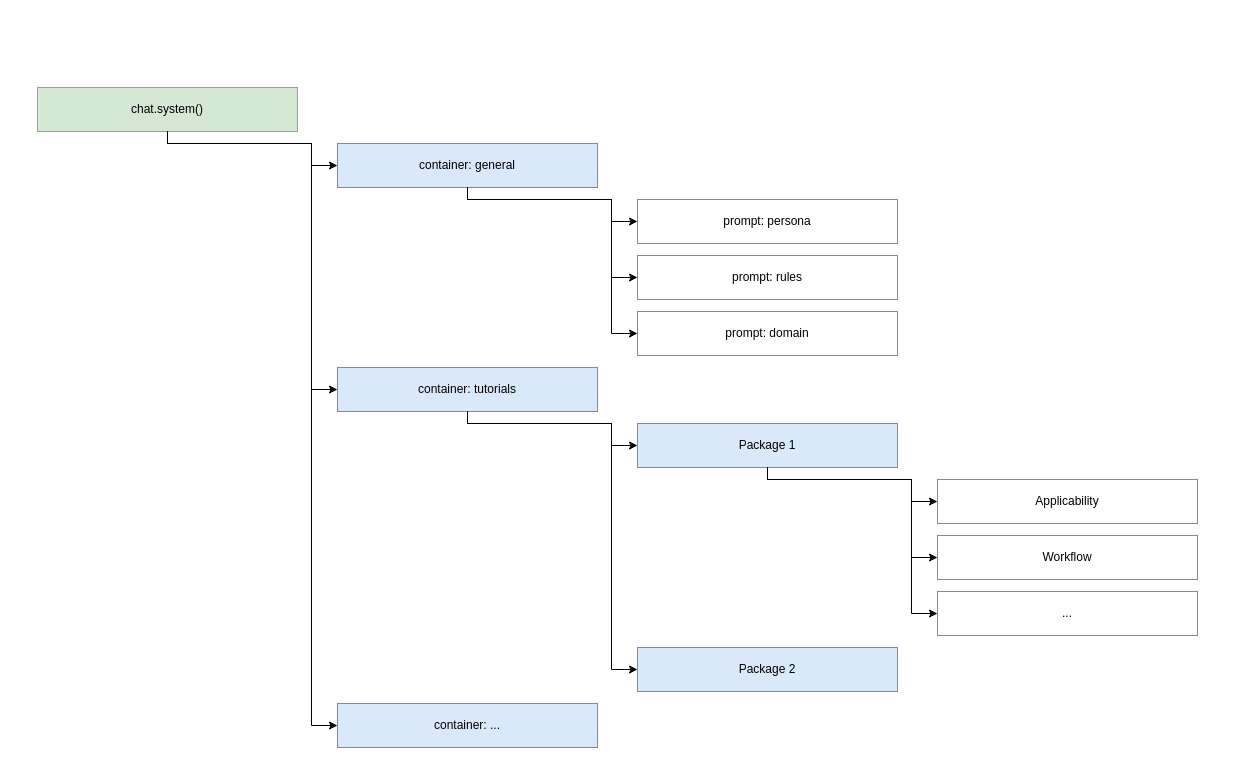
This is docs/assets/llm-chat-system-prompt-tree.drawio from johanneslatzel/llm-chat, a draw.io file, before an edit. Source tidied: cells renumbered, new cells numbered last; positions are measured from the earlier drawing's top-left corner, leaving out a move shared by most shapes. Both pictures are drawn from the tidied source at 100%, with x=0, y=0 at pixel (17, 67).
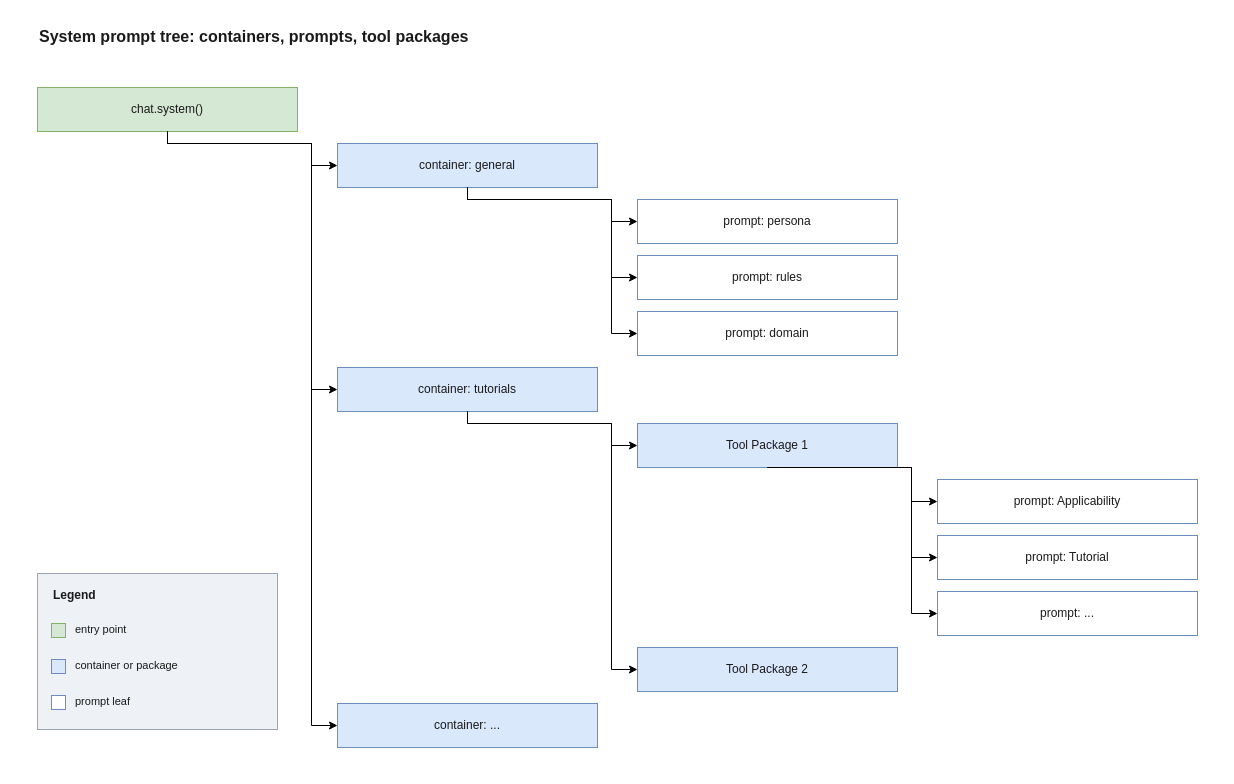
The same diagram, later.

What changed in the source:
```diff
@@
     <mxCell id="2" style="rounded=0;whiteSpace=wrap;html=1;fillColor=none;strokeColor=none;" parent="1" vertex="1">
-      <mxGeometry width="1200" height="700" as="geometry" />
+      <mxGeometry y="-50" width="1200" height="740" as="geometry" />
     </mxCell>
+    <mxCell id="26" value="System prompt tree: containers, prompts, tool packages" style="rounded=0;whiteSpace=wrap;html=1;align=left;verticalAlign=middle;fontSize=16;fontStyle=1;fontColor=#1a1a1a;fillColor=none;strokeColor=none;" parent="1" vertex="1">
+      <mxGeometry x="20" y="-46" width="900" height="30" as="geometry" />
+    </mxCell>
-    <mxCell id="3" value="chat.system()" style="rounded=0;whiteSpace=wrap;html=1;fillColor=#d5e8d4;strokeColor=#82b366;" parent="1" vertex="1">
+    <mxCell id="3" value="chat.system()" style="rounded=0;whiteSpace=wrap;html=1;fontColor=#1a1a1a;fillColor=#d5e8d4;strokeColor=#82b366;" parent="1" vertex="1">
       <mxGeometry x="20" y="20" width="260" height="44" as="geometry" />
     </mxCell>
-    <mxCell id="4" value="container: general" style="rounded=0;whiteSpace=wrap;html=1;fillColor=#dae8fc;strokeColor=#6c8ebf;" parent="1" vertex="1">
+    <mxCell id="4" value="container: general" style="rounded=0;whiteSpace=wrap;html=1;fontColor=#1a1a1a;fillColor=#dae8fc;strokeColor=#6c8ebf;" parent="1" vertex="1">
       <mxGeometry x="320" y="76" width="260" height="44" as="geometry" />
     </mxCell>
-    <mxCell id="5" value="container: tutorials" style="rounded=0;whiteSpace=wrap;html=1;fillColor=#dae8fc;strokeColor=#6c8ebf;" parent="1" vertex="1">
+    <mxCell id="5" value="container: tutorials" style="rounded=0;whiteSpace=wrap;html=1;fontColor=#1a1a1a;fillColor=#dae8fc;strokeColor=#6c8ebf;" parent="1" vertex="1">
       <mxGeometry x="320" y="300" width="260" height="44" as="geometry" />
     </mxCell>
-    <mxCell id="6" value="container: ..." style="rounded=0;whiteSpace=wrap;html=1;fillColor=#dae8fc;strokeColor=#6c8ebf;" parent="1" vertex="1">
+    <mxCell id="6" value="container: ..." style="rounded=0;whiteSpace=wrap;html=1;fontColor=#1a1a1a;fillColor=#dae8fc;strokeColor=#6c8ebf;" parent="1" vertex="1">
       <mxGeometry x="320" y="636" width="260" height="44" as="geometry" />
     </mxCell>
-    <mxCell id="7" value="prompt: persona" style="rounded=0;whiteSpace=wrap;html=1;fillColor=#ffffff;strokeColor=#6c8ebf;" parent="1" vertex="1">
+    <mxCell id="7" value="prompt: persona" style="rounded=0;whiteSpace=wrap;html=1;fontColor=#1a1a1a;fillColor=#ffffff;strokeColor=#6c8ebf;" parent="1" vertex="1">
       <mxGeometry x="620" y="132" width="260" height="44" as="geometry" />
     </mxCell>
-    <mxCell id="8" value="prompt: rules" style="rounded=0;whiteSpace=wrap;html=1;fillColor=#ffffff;strokeColor=#6c8ebf;" parent="1" vertex="1">
+    <mxCell id="8" value="prompt: rules" style="rounded=0;whiteSpace=wrap;html=1;fontColor=#1a1a1a;fillColor=#ffffff;strokeColor=#6c8ebf;" parent="1" vertex="1">
       <mxGeometry x="620" y="188" width="260" height="44" as="geometry" />
     </mxCell>
-    <mxCell id="9" value="prompt: domain" style="rounded=0;whiteSpace=wrap;html=1;fillColor=#ffffff;strokeColor=#6c8ebf;" parent="1" vertex="1">
+    <mxCell id="9" value="prompt: domain" style="rounded=0;whiteSpace=wrap;html=1;fontColor=#1a1a1a;fillColor=#ffffff;strokeColor=#6c8ebf;" parent="1" vertex="1">
       <mxGeometry x="620" y="244" width="260" height="44" as="geometry" />
     </mxCell>
-    <mxCell id="10" value="Package 1" style="rounded=0;whiteSpace=wrap;html=1;fillColor=#dae8fc;strokeColor=#6c8ebf;" parent="1" vertex="1">
+    <mxCell id="10" value="Tool Package 1" style="rounded=0;whiteSpace=wrap;html=1;fontColor=#1a1a1a;fillColor=#dae8fc;strokeColor=#6c8ebf;" parent="1" vertex="1">
       <mxGeometry x="620" y="356" width="260" height="44" as="geometry" />
     </mxCell>
-    <mxCell id="11" value="Package 2" style="rounded=0;whiteSpace=wrap;html=1;fillColor=#dae8fc;strokeColor=#6c8ebf;" parent="1" vertex="1">
+    <mxCell id="11" value="Tool Package 2" style="rounded=0;whiteSpace=wrap;html=1;fontColor=#1a1a1a;fillColor=#dae8fc;strokeColor=#6c8ebf;" parent="1" vertex="1">
       <mxGeometry x="620" y="580" width="260" height="44" as="geometry" />
     </mxCell>
-    <mxCell id="12" value="Applicability" style="rounded=0;whiteSpace=wrap;html=1;fillColor=#ffffff;strokeColor=#6c8ebf;" parent="1" vertex="1">
+    <mxCell id="12" value="prompt: Applicability" style="rounded=0;whiteSpace=wrap;html=1;fontColor=#1a1a1a;fillColor=#ffffff;strokeColor=#6c8ebf;" parent="1" vertex="1">
       <mxGeometry x="920" y="412" width="260" height="44" as="geometry" />
     </mxCell>
-    <mxCell id="13" value="Workflow" style="rounded=0;whiteSpace=wrap;html=1;fillColor=#ffffff;strokeColor=#6c8ebf;" parent="1" vertex="1">
+    <mxCell id="13" value="prompt: Tutorial" style="rounded=0;whiteSpace=wrap;html=1;fontColor=#1a1a1a;fillColor=#ffffff;strokeColor=#6c8ebf;" parent="1" vertex="1">
       <mxGeometry x="920" y="468" width="260" height="44" as="geometry" />
     </mxCell>
-    <mxCell id="14" value="..." style="rounded=0;whiteSpace=wrap;html=1;fillColor=#ffffff;strokeColor=#6c8ebf;" parent="1" vertex="1">
+    <mxCell id="14" value="prompt: ..." style="rounded=0;whiteSpace=wrap;html=1;fontColor=#1a1a1a;fillColor=#ffffff;strokeColor=#6c8ebf;" parent="1" vertex="1">
       <mxGeometry x="920" y="524" width="260" height="44" as="geometry" />
     </mxCell>
+    <mxCell id="27" value="Legend" style="rounded=0;whiteSpace=wrap;html=1;align=left;verticalAlign=top;spacingLeft=14;spacingTop=8;fontSize=12;fontStyle=1;fontColor=#1a1a1a;fillColor=#eef1f5;strokeColor=#9aa4b2;" parent="1" vertex="1">
+      <mxGeometry x="20" y="506" width="240" height="156" as="geometry" />
+    </mxCell>
+    <mxCell id="28" style="rounded=0;whiteSpace=wrap;html=1;fillColor=#d5e8d4;strokeColor=#82b366;" parent="1" vertex="1">
+      <mxGeometry x="34" y="556" width="14" height="14" as="geometry" />
+    </mxCell>
+    <mxCell id="29" value="entry point" style="rounded=0;whiteSpace=wrap;html=1;align=left;verticalAlign=middle;fontSize=11;fontColor=#1a1a1a;fillColor=none;strokeColor=none;" parent="1" vertex="1">
+      <mxGeometry x="56" y="548" width="190" height="28" as="geometry" />
+    </mxCell>
+    <mxCell id="30" style="rounded=0;whiteSpace=wrap;html=1;fillColor=#dae8fc;strokeColor=#6c8ebf;" parent="1" vertex="1">
+      <mxGeometry x="34" y="592" width="14" height="14" as="geometry" />
+    </mxCell>
+    <mxCell id="31" value="container or package" style="rounded=0;whiteSpace=wrap;html=1;align=left;verticalAlign=middle;fontSize=11;fontColor=#1a1a1a;fillColor=none;strokeColor=none;" parent="1" vertex="1">
+      <mxGeometry x="56" y="584" width="190" height="28" as="geometry" />
+    </mxCell>
+    <mxCell id="32" style="rounded=0;whiteSpace=wrap;html=1;fillColor=#ffffff;strokeColor=#6c8ebf;" parent="1" vertex="1">
+      <mxGeometry x="34" y="628" width="14" height="14" as="geometry" />
+    </mxCell>
+    <mxCell id="33" value="prompt leaf" style="rounded=0;whiteSpace=wrap;html=1;align=left;verticalAlign=middle;fontSize=11;fontColor=#1a1a1a;fillColor=none;strokeColor=none;" parent="1" vertex="1">
+      <mxGeometry x="56" y="620" width="190" height="28" as="geometry" />
+    </mxCell>
-    <mxCell id="15" style="edgeStyle=orthogonalEdgeStyle;rounded=0;html=1;endArrow=classic;exitX=0.5;exitY=1;exitDx=0;exitDy=0;entryX=0;entryY=0.5;entryDx=0;entryDy=0;" parent="1" edge="1" source="3" target="4">
+    <mxCell id="15" style="edgeStyle=orthogonalEdgeStyle;rounded=0;html=1;endArrow=classic;exitX=0.5;exitY=1;exitDx=0;exitDy=0;entryX=0;entryY=0.5;entryDx=0;entryDy=0;fontColor=#1a1a1a;" parent="1" edge="1" source="3" target="4">
       <mxGeometry relative="1" as="geometry">
         <Array as="points">
           <mxPoint x="150" y="76" />
           <mxPoint x="294" y="76" />
           <mxPoint x="294" y="98" />
         </Array>
       </mxGeometry>
     </mxCell>
-    <mxCell id="16" style="edgeStyle=orthogonalEdgeStyle;rounded=0;html=1;endArrow=classic;exitX=0.5;exitY=1;exitDx=0;exitDy=0;entryX=0;entryY=0.5;entryDx=0;entryDy=0;" parent="1" edge="1" source="3" target="5">
+    <mxCell id="16" style="edgeStyle=orthogonalEdgeStyle;rounded=0;html=1;endArrow=classic;exitX=0.5;exitY=1;exitDx=0;exitDy=0;entryX=0;entryY=0.5;entryDx=0;entryDy=0;fontColor=#1a1a1a;" parent="1" edge="1" source="3" target="5">
       <mxGeometry relative="1" as="geometry">
         <Array as="points">
           <mxPoint x="150" y="76" />
           <mxPoint x="294" y="76" />
           <mxPoint x="294" y="322" />
         </Array>
       </mxGeometry>
     </mxCell>
-    <mxCell id="17" style="edgeStyle=orthogonalEdgeStyle;rounded=0;html=1;endArrow=classic;exitX=0.5;exitY=1;exitDx=0;exitDy=0;entryX=0;entryY=0.5;entryDx=0;entryDy=0;" parent="1" edge="1" source="3" target="6">
+    <mxCell id="17" style="edgeStyle=orthogonalEdgeStyle;rounded=0;html=1;endArrow=classic;exitX=0.5;exitY=1;exitDx=0;exitDy=0;entryX=0;entryY=0.5;entryDx=0;entryDy=0;fontColor=#1a1a1a;" parent="1" edge="1" source="3" target="6">
       <mxGeometry relative="1" as="geometry">
         <Array as="points">
           <mxPoint x="150" y="76" />
           <mxPoint x="294" y="76" />
           <mxPoint x="294" y="658" />
         </Array>
       </mxGeometry>
     </mxCell>
-    <mxCell id="18" style="edgeStyle=orthogonalEdgeStyle;rounded=0;html=1;endArrow=classic;exitX=0.5;exitY=1;exitDx=0;exitDy=0;entryX=0;entryY=0.5;entryDx=0;entryDy=0;" parent="1" edge="1" source="4" target="7">
+    <mxCell id="18" style="edgeStyle=orthogonalEdgeStyle;rounded=0;html=1;endArrow=classic;exitX=0.5;exitY=1;exitDx=0;exitDy=0;entryX=0;entryY=0.5;entryDx=0;entryDy=0;fontColor=#1a1a1a;" parent="1" edge="1" source="4" target="7">
       <mxGeometry relative="1" as="geometry">
         <Array as="points">
           <mxPoint x="450" y="132" />
           <mxPoint x="594" y="132" />
           <mxPoint x="594" y="154" />
         </Array>
       </mxGeometry>
     </mxCell>
-    <mxCell id="19" style="edgeStyle=orthogonalEdgeStyle;rounded=0;html=1;endArrow=classic;exitX=0.5;exitY=1;exitDx=0;exitDy=0;entryX=0;entryY=0.5;entryDx=0;entryDy=0;" parent="1" edge="1" source="4" target="8">
+    <mxCell id="19" style="edgeStyle=orthogonalEdgeStyle;rounded=0;html=1;endArrow=classic;exitX=0.5;exitY=1;exitDx=0;exitDy=0;entryX=0;entryY=0.5;entryDx=0;entryDy=0;fontColor=#1a1a1a;" parent="1" edge="1" source="4" target="8">
       <mxGeometry relative="1" as="geometry">
         <Array as="points">
           <mxPoint x="450" y="132" />
           <mxPoint x="594" y="132" />
           <mxPoint x="594" y="210" />
         </Array>
       </mxGeometry>
     </mxCell>
-    <mxCell id="20" style="edgeStyle=orthogonalEdgeStyle;rounded=0;html=1;endArrow=classic;exitX=0.5;exitY=1;exitDx=0;exitDy=0;entryX=0;entryY=0.5;entryDx=0;entryDy=0;" parent="1" edge="1" source="4" target="9">
+    <mxCell id="20" style="edgeStyle=orthogonalEdgeStyle;rounded=0;html=1;endArrow=classic;exitX=0.5;exitY=1;exitDx=0;exitDy=0;entryX=0;entryY=0.5;entryDx=0;entryDy=0;fontColor=#1a1a1a;" parent="1" edge="1" source="4" target="9">
       <mxGeometry relative="1" as="geometry">
         <Array as="points">
           <mxPoint x="450" y="132" />
           <mxPoint x="594" y="132" />
           <mxPoint x="594" y="266" />
         </Array>
       </mxGeometry>
     </mxCell>
-    <mxCell id="21" style="edgeStyle=orthogonalEdgeStyle;rounded=0;html=1;endArrow=classic;exitX=0.5;exitY=1;exitDx=0;exitDy=0;entryX=0;entryY=0.5;entryDx=0;entryDy=0;" parent="1" edge="1" source="5" target="10">
+    <mxCell id="21" style="edgeStyle=orthogonalEdgeStyle;rounded=0;html=1;endArrow=classic;exitX=0.5;exitY=1;exitDx=0;exitDy=0;entryX=0;entryY=0.5;entryDx=0;entryDy=0;fontColor=#1a1a1a;" parent="1" edge="1" source="5" target="10">
       <mxGeometry relative="1" as="geometry">
         <Array as="points">
           <mxPoint x="450" y="356" />
           <mxPoint x="594" y="356" />
           <mxPoint x="594" y="378" />
         </Array>
       </mxGeometry>
     </mxCell>
-    <mxCell id="22" style="edgeStyle=orthogonalEdgeStyle;rounded=0;html=1;endArrow=classic;exitX=0.5;exitY=1;exitDx=0;exitDy=0;entryX=0;entryY=0.5;entryDx=0;entryDy=0;" parent="1" edge="1" source="5" target="11">
+    <mxCell id="22" style="edgeStyle=orthogonalEdgeStyle;rounded=0;html=1;endArrow=classic;exitX=0.5;exitY=1;exitDx=0;exitDy=0;entryX=0;entryY=0.5;entryDx=0;entryDy=0;fontColor=#1a1a1a;" parent="1" edge="1" source="5" target="11">
       <mxGeometry relative="1" as="geometry">
         <Array as="points">
           <mxPoint x="450" y="356" />
           <mxPoint x="594" y="356" />
           <mxPoint x="594" y="602" />
         </Array>
       </mxGeometry>
     </mxCell>
-    <mxCell id="23" style="edgeStyle=orthogonalEdgeStyle;rounded=0;html=1;endArrow=classic;exitX=0.5;exitY=1;exitDx=0;exitDy=0;entryX=0;entryY=0.5;entryDx=0;entryDy=0;" parent="1" edge="1" source="10" target="12">
+    <mxCell id="23" style="edgeStyle=orthogonalEdgeStyle;rounded=0;html=1;endArrow=classic;exitX=0.5;exitY=1;exitDx=0;exitDy=0;entryX=0;entryY=0.5;entryDx=0;entryDy=0;fontColor=#1a1a1a;" parent="1" edge="1" source="10" target="12">
       <mxGeometry relative="1" as="geometry">
         <Array as="points">
-          <mxPoint x="750" y="412" />
-          <mxPoint x="894" y="412" />
+          <mxPoint x="750" y="400" />
+          <mxPoint x="894" y="400" />
           <mxPoint x="894" y="434" />
         </Array>
       </mxGeometry>
     </mxCell>
-    <mxCell id="24" style="edgeStyle=orthogonalEdgeStyle;rounded=0;html=1;endArrow=classic;exitX=0.5;exitY=1;exitDx=0;exitDy=0;entryX=0;entryY=0.5;entryDx=0;entryDy=0;" parent="1" edge="1" source="10" target="13">
+    <mxCell id="24" style="edgeStyle=orthogonalEdgeStyle;rounded=0;html=1;endArrow=classic;exitX=0.5;exitY=1;exitDx=0;exitDy=0;entryX=0;entryY=0.5;entryDx=0;entryDy=0;fontColor=#1a1a1a;" parent="1" edge="1" source="10" target="13">
       <mxGeometry relative="1" as="geometry">
         <Array as="points">
-          <mxPoint x="750" y="412" />
-          <mxPoint x="894" y="412" />
+          <mxPoint x="750" y="400" />
+          <mxPoint x="894" y="400" />
           <mxPoint x="894" y="490" />
         </Array>
       </mxGeometry>
     </mxCell>
-    <mxCell id="25" style="edgeStyle=orthogonalEdgeStyle;rounded=0;html=1;endArrow=classic;exitX=0.5;exitY=1;exitDx=0;exitDy=0;entryX=0;entryY=0.5;entryDx=0;entryDy=0;" parent="1" edge="1" source="10" target="14">
+    <mxCell id="25" style="edgeStyle=orthogonalEdgeStyle;rounded=0;html=1;endArrow=classic;exitX=0.5;exitY=1;exitDx=0;exitDy=0;entryX=0;entryY=0.5;entryDx=0;entryDy=0;fontColor=#1a1a1a;" parent="1" edge="1" source="10" target="14">
       <mxGeometry relative="1" as="geometry">
         <Array as="points">
-          <mxPoint x="750" y="412" />
-          <mxPoint x="894" y="412" />
+          <mxPoint x="750" y="400" />
+          <mxPoint x="894" y="400" />
           <mxPoint x="894" y="546" />
         </Array>
       </mxGeometry>
     </mxCell>
```
